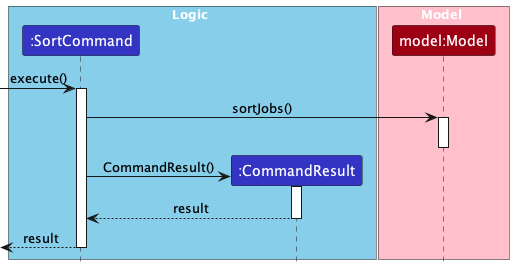
The PlantUML diagram docs/images/developer-guide/SortCommandSequenceDiagram.png in nus-cs2103-AY2324S1/tp, before a commit.
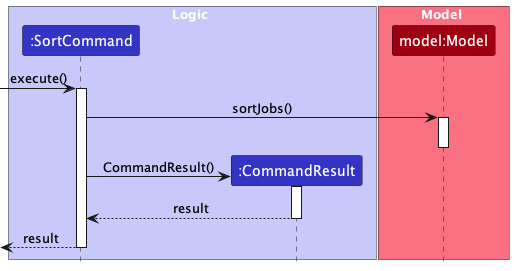
After the change.

Diff of the diagram source:
```diff
@@ -2,11 +2,11 @@
 !include ../style.puml
 skinparam ArrowFontStyle plain
 
-box Logic #skyblue
+box Logic LOGIC_COLOR_T1
 Participant ":SortCommand" as sc LOGIC_COLOR
 Participant ":CommandResult" as cr LOGIC_COLOR
 end box
-box Model #pink
+box Model MODEL_COLOR_T1
 Participant "model:Model" as m MODEL_COLOR
 end box
 
```
